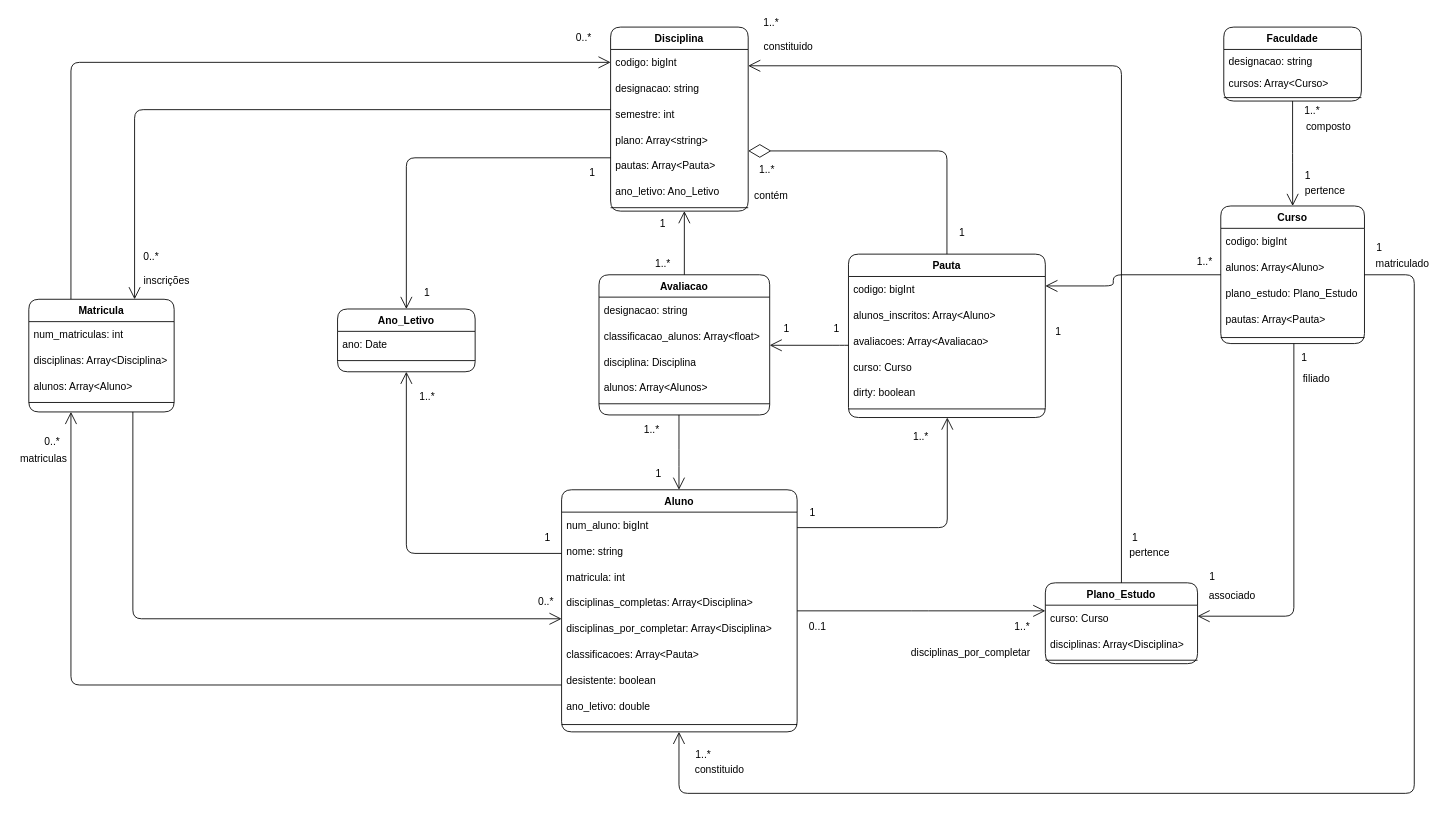
This is page "Domain" (1 of 2) of Docs/Diagrams.drawio from ruimpcastro/pweb2022, a draw.io file, before an edit. Source tidied: cells renumbered, new cells numbered last; positions are measured from the earlier drawing's top-left corner, leaving out a move shared by most shapes. Both pictures are drawn from the tidied source at 86%, with x=0, y=0 at pixel (15, 15).
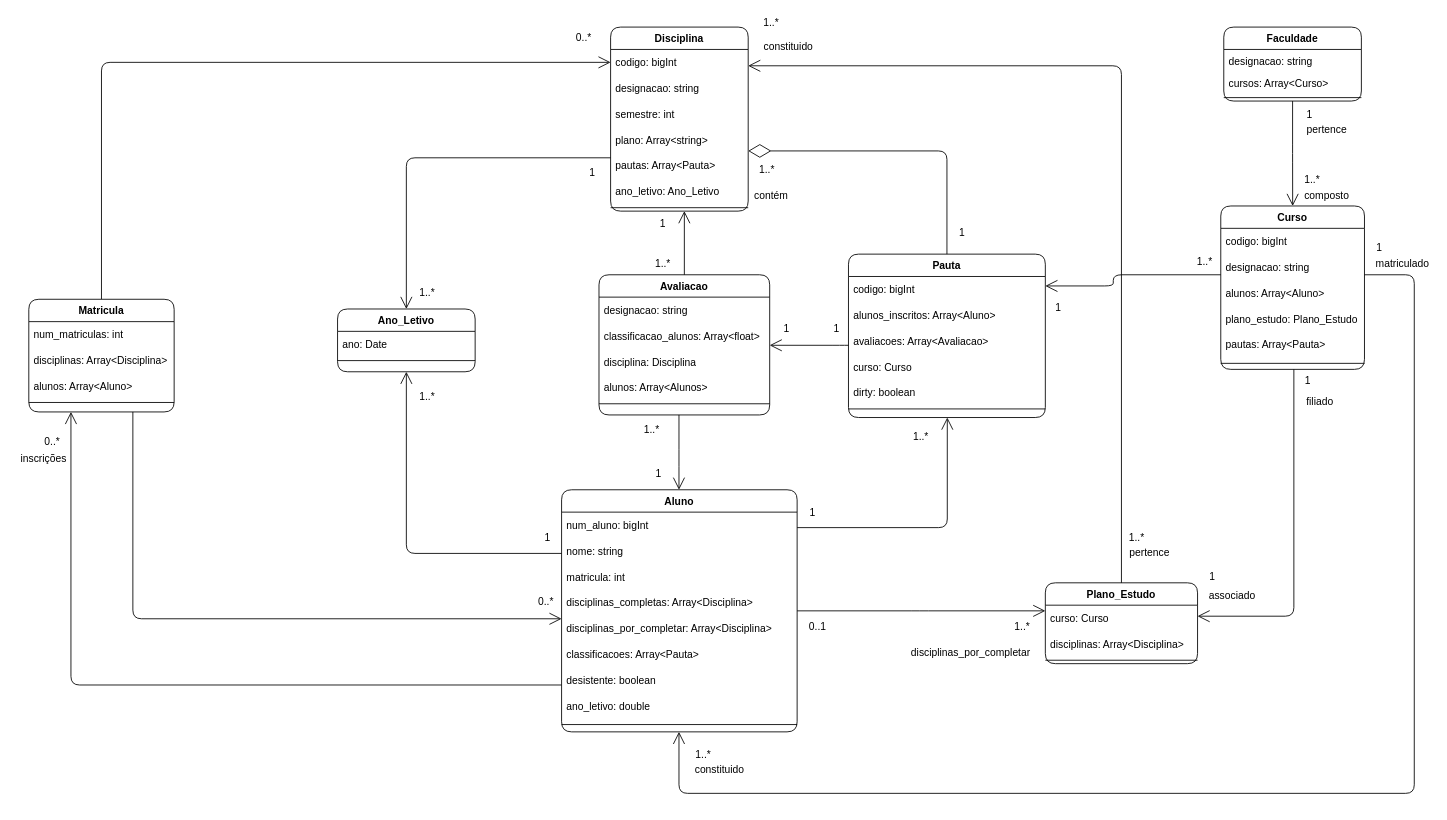
Above is the later version.

Commit message (it also covers changes not shown here):
Corrected some database errors and updated Domain Diagram

Unchanged cells that the change refers to:
```xml
<mxCell id="12" value="Disciplina" style="swimlane;fontStyle=1;align=center;verticalAlign=top;horizontal=1;startSize=26;shadow=0;strokeWidth=1;rounded=1;" parent="1" vertex="1">
  <mxGeometry x="692.5" y="14" width="160" height="214" as="geometry" />
</mxCell>
<mxCell id="41" value="Matricula" style="swimlane;fontStyle=1;align=center;verticalAlign=top;horizontal=1;startSize=26;shadow=0;strokeWidth=1;rounded=1;" parent="1" vertex="1">
  <mxGeometry x="16" y="330.5" width="169" height="131" as="geometry" />
</mxCell>
```

Diff of the diagram source:
```diff
@@
     <mxCell id="20" value="Curso" style="swimlane;fontStyle=1;align=center;verticalAlign=top;horizontal=1;startSize=26;shadow=0;strokeWidth=1;rounded=1;" parent="1" vertex="1">
-      <mxGeometry x="1402" y="222" width="167.1" height="160" as="geometry" />
+      <mxGeometry x="1402" y="222" width="167.1" height="190" as="geometry" />
     </mxCell>
@@
+    <mxCell id="114" value="designacao: string" style="text;strokeColor=none;fillColor=none;align=left;verticalAlign=middle;spacingLeft=4;spacingRight=4;overflow=hidden;rounded=1;" parent="20" vertex="1">
+      <mxGeometry y="56" width="167.1" height="30" as="geometry" />
+    </mxCell>
     <mxCell id="22" value="alunos: Array&lt;Aluno&gt;" style="text;strokeColor=none;fillColor=none;align=left;verticalAlign=middle;spacingLeft=4;spacingRight=4;overflow=hidden;rounded=1;" parent="20" vertex="1">
-      <mxGeometry y="56" width="167.1" height="30" as="geometry" />
+      <mxGeometry y="86" width="167.1" height="30" as="geometry" />
     </mxCell>
     <mxCell id="23" value="plano_estudo: Plano_Estudo" style="text;strokeColor=none;fillColor=none;align=left;verticalAlign=middle;spacingLeft=4;spacingRight=4;overflow=hidden;rounded=1;" parent="20" vertex="1">
-      <mxGeometry y="86" width="167.1" height="30" as="geometry" />
+      <mxGeometry y="116" width="167.1" height="30" as="geometry" />
     </mxCell>
     <mxCell id="24" value="pautas: Array&lt;Pauta&gt;" style="text;strokeColor=none;fillColor=none;align=left;verticalAlign=middle;spacingLeft=4;spacingRight=4;overflow=hidden;rounded=1;" parent="20" vertex="1">
-      <mxGeometry y="116" width="167.1" height="30" as="geometry" />
+      <mxGeometry y="146" width="167.1" height="30" as="geometry" />
     </mxCell>
     <mxCell id="25" style="line;html=1;strokeWidth=1;align=left;verticalAlign=middle;spacingTop=-1;spacingLeft=3;spacingRight=3;labelPosition=right;rounded=1;" parent="20" vertex="1">
-      <mxGeometry y="146" width="167.1" height="14" as="geometry" />
+      <mxGeometry y="176" width="167.1" height="14" as="geometry" />
     </mxCell>
@@
     <mxCell id="39" style="endArrow=open;endFill=1;endSize=12;html=1;edgeStyle=orthogonalEdgeStyle;" parent="1" edge="1" source="41" target="12">
       <mxGeometry relative="1" as="geometry">
         <Array as="points">
-          <mxPoint x="65" y="55" />
+          <mxPoint x="101" y="55" />
         </Array>
       </mxGeometry>
     </mxCell>
@@
     <mxCell id="65" value="pertence" style="text;html=1;align=center;verticalAlign=middle;strokeColor=none;fillColor=none;" parent="1" vertex="1">
-      <mxGeometry x="1494" y="196" width="57" height="18" as="geometry" />
+      <mxGeometry x="1496" y="125" width="57" height="18" as="geometry" />
     </mxCell>
     <mxCell id="66" value="1" style="text;html=1;align=center;verticalAlign=middle;strokeColor=none;fillColor=none;" parent="1" vertex="1">
-      <mxGeometry x="1494" y="178" width="17" height="18" as="geometry" />
+      <mxGeometry x="1496" y="107" width="17" height="18" as="geometry" />
     </mxCell>
     <mxCell id="67" value="composto" style="text;html=1;align=center;verticalAlign=middle;strokeColor=none;fillColor=none;" parent="1" vertex="1">
-      <mxGeometry x="1496" y="121" width="62" height="18" as="geometry" />
+      <mxGeometry x="1494" y="201" width="62" height="18" as="geometry" />
     </mxCell>
     <mxCell id="68" value="1..*" style="text;html=1;align=center;verticalAlign=middle;strokeColor=none;fillColor=none;" parent="1" vertex="1">
-      <mxGeometry x="1494" y="103" width="28" height="18" as="geometry" />
+      <mxGeometry x="1494" y="183" width="28" height="18" as="geometry" />
     </mxCell>
     <mxCell id="69" value="1" style="text;html=1;align=center;verticalAlign=middle;strokeColor=none;fillColor=none;" parent="1" vertex="1">
-      <mxGeometry x="1490" y="390" width="17" height="18" as="geometry" />
+      <mxGeometry x="1494" y="417" width="17" height="18" as="geometry" />
     </mxCell>
@@
     <mxCell id="72" value="filiado" style="text;html=1;align=center;verticalAlign=middle;strokeColor=none;fillColor=none;" parent="1" vertex="1">
-      <mxGeometry x="1492" y="414" width="41" height="18" as="geometry" />
+      <mxGeometry x="1496" y="441" width="41" height="18" as="geometry" />
     </mxCell>
@@
-    <mxCell id="80" value="1" style="text;html=1;align=center;verticalAlign=middle;strokeColor=none;fillColor=none;" parent="1" vertex="1">
-      <mxGeometry x="1293" y="599" width="17" height="18" as="geometry" />
+    <mxCell id="80" value="1..*" style="text;html=1;align=center;verticalAlign=middle;strokeColor=none;fillColor=none;" parent="1" vertex="1">
+      <mxGeometry x="1290" y="599" width="28" height="18" as="geometry" />
     </mxCell>
@@
-    <mxCell id="84" value="matriculas" style="text;html=1;align=center;verticalAlign=middle;strokeColor=none;fillColor=none;" parent="1" vertex="1">
-      <mxGeometry y="507" width="65" height="18" as="geometry" />
+    <mxCell id="84" value="inscrições" style="text;html=1;align=center;verticalAlign=middle;strokeColor=none;fillColor=none;" parent="1" vertex="1">
+      <mxGeometry x="1" y="507" width="63" height="18" as="geometry" />
     </mxCell>
@@
-    <mxCell id="86" value="0..*" style="text;html=1;align=center;verticalAlign=middle;strokeColor=none;fillColor=none;" parent="1" vertex="1">
-      <mxGeometry x="144" y="271.5" width="28" height="18" as="geometry" />
-    </mxCell>
-    <mxCell id="87" value="inscrições" style="text;html=1;align=center;verticalAlign=middle;strokeColor=none;fillColor=none;" parent="1" vertex="1">
-      <mxGeometry x="144" y="299.5" width="63" height="18" as="geometry" />
-    </mxCell>
-    <mxCell id="88" style="endArrow=open;endFill=1;endSize=12;html=1;rounded=1;strokeColor=default;edgeStyle=orthogonalEdgeStyle;" parent="1" edge="1" source="12" target="41">
-      <mxGeometry relative="1" as="geometry">
-        <Array as="points">
-          <mxPoint x="139" y="110" />
-        </Array>
-      </mxGeometry>
-    </mxCell>
@@
     <mxCell id="103" value="1" style="text;html=1;align=center;verticalAlign=middle;strokeColor=none;fillColor=none;fontColor=default;" parent="1" vertex="1">
-      <mxGeometry x="1204" y="360" width="17" height="18" as="geometry" />
+      <mxGeometry x="1204" y="332.2" width="17" height="18" as="geometry" />
     </mxCell>
@@
-    <mxCell id="113" value="1" style="text;html=1;align=center;verticalAlign=middle;strokeColor=none;fillColor=none;" parent="1" vertex="1">
-      <mxGeometry x="470" y="314.2" width="17" height="18" as="geometry" />
+    <mxCell id="113" value="1..*" style="text;html=1;align=center;verticalAlign=middle;strokeColor=none;fillColor=none;" parent="1" vertex="1">
+      <mxGeometry x="465" y="314.2" width="28" height="18" as="geometry" />
     </mxCell>
```
